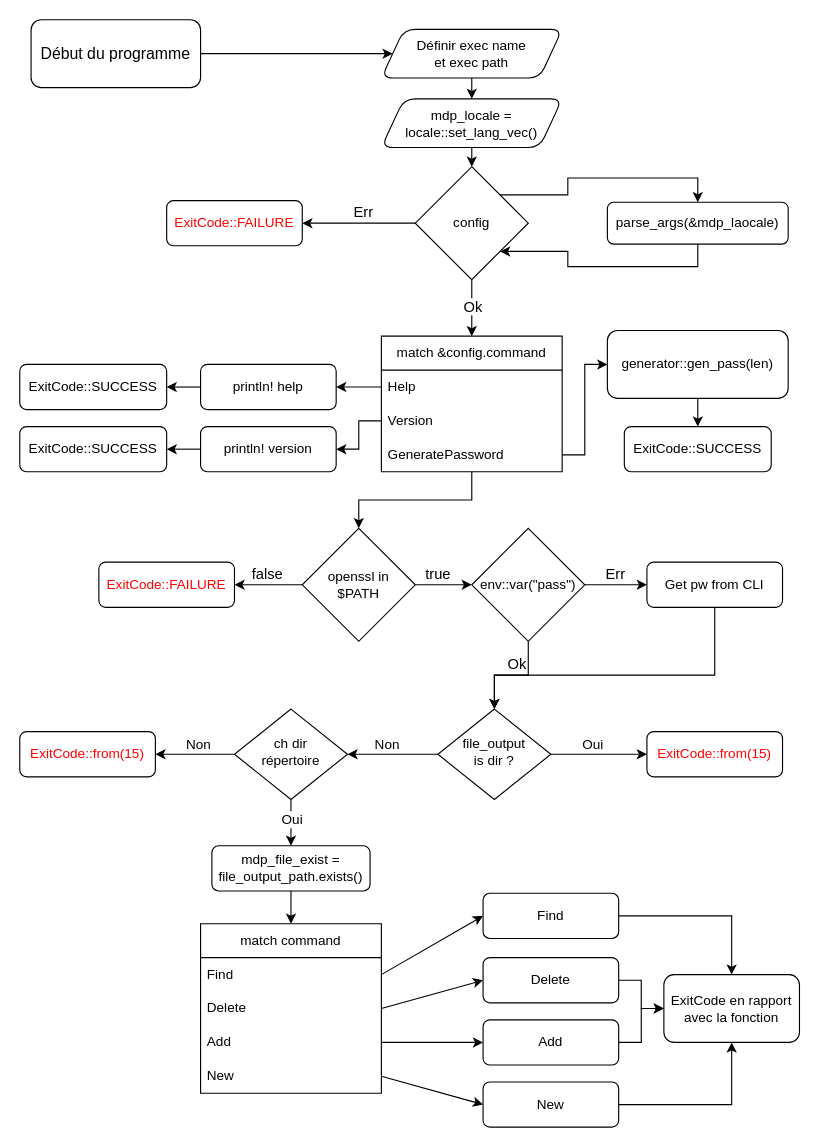
Tourelou/mdp-rust keeps this draw.io diagram as mdp-main.drawio. Above is the earlier version. Source tidied: cells renumbered, new cells numbered last; positions are measured from the earlier drawing's top-left corner, leaving out a move shared by most shapes. Both pictures are drawn from the tidied source at 113%, with x=0, y=0 at pixel (19, 19).
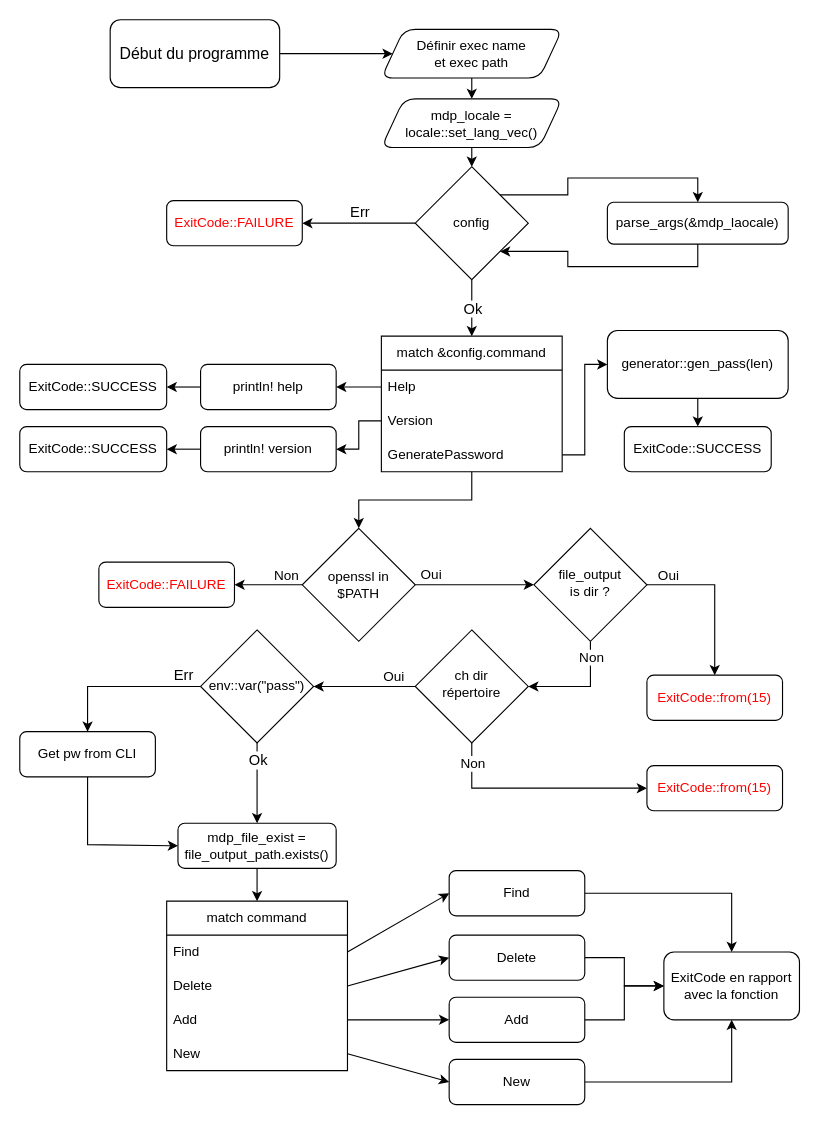
The same page after the edit.

The change refers to these unchanged cells:
```xml
<mxCell id="43" style="edgeStyle=orthogonalEdgeStyle;rounded=0;jettySize=auto;html=1;exitX=0;exitY=0.5;exitDx=0;exitDy=0;entryX=1;entryY=0.5;entryDx=0;entryDy=0;" parent="1" edge="1" source="48" target="49">
  <mxGeometry relative="1" as="geometry" />
</mxCell>
<mxCell id="46" style="edgeStyle=orthogonalEdgeStyle;rounded=0;jettySize=auto;html=1;exitX=0.5;exitY=1;exitDx=0;exitDy=0;entryX=0.5;entryY=0;entryDx=0;entryDy=0;" parent="1" edge="1" source="48" target="51">
  <mxGeometry relative="1" as="geometry" />
</mxCell>
<mxCell id="63" style="edgeStyle=orthogonalEdgeStyle;rounded=0;jettySize=auto;html=1;exitX=0;exitY=0.5;exitDx=0;exitDy=0;entryX=1;entryY=0.5;entryDx=0;entryDy=0;" parent="1" edge="1" source="67" target="68">
  <mxGeometry relative="1" as="geometry" />
</mxCell>
<mxCell id="67" value="openssl in&lt;div&gt;$PATH&lt;/div&gt;" style="rhombus;whiteSpace=wrap;html=1;" parent="1" vertex="1">
  <mxGeometry x="250" y="450" width="100" height="100" as="geometry" />
</mxCell>
```

The edit, as a diff of the source:
```diff
@@
     <mxCell id="3" value="&lt;font style=&quot;font-size: 14px;&quot;&gt;Début du programme&lt;/font&gt;" style="rounded=1;whiteSpace=wrap;html=1;fontSize=12;glass=0;strokeWidth=1;shadow=0;" parent="1" vertex="1">
-      <mxGeometry x="10" width="150" height="60" as="geometry" />
+      <mxGeometry x="80" width="150" height="60" as="geometry" />
     </mxCell>
-    <mxCell id="4" style="edgeStyle=orthogonalEdgeStyle;rounded=0;html=1;jettySize=auto;fontSize=12;endArrow=classic;endFill=1;endSize=6;strokeWidth=1;shadow=0;labelBackgroundColor=none;verticalAlign=middle;" parent="1" edge="1" source="8" target="9">
+    <mxCell id="4" style="edgeStyle=orthogonalEdgeStyle;rounded=0;html=1;jettySize=auto;fontSize=12;endArrow=classic;endFill=1;endSize=6;strokeWidth=1;shadow=0;labelBackgroundColor=none;verticalAlign=middle;exitX=1;exitY=0.5;exitDx=0;exitDy=0;" parent="1" edge="1" source="8" target="9">
       <mxGeometry y="10" relative="1" as="geometry" />
     </mxCell>
     <mxCell id="5" value="&lt;font&gt;Oui&lt;/font&gt;" style="edgeLabel;html=1;align=center;verticalAlign=bottom;fontSize=12;" parent="4" vertex="1">
-      <mxGeometry x="-0.15" y="-1" relative="1" as="geometry">
-        <mxPoint y="-1" as="offset" />
-      </mxGeometry>
+      <mxGeometry x="-0.75" relative="1" as="geometry" />
     </mxCell>
-    <mxCell id="6" style="edgeStyle=orthogonalEdgeStyle;rounded=0;jettySize=auto;html=1;exitX=0;exitY=0.5;exitDx=0;exitDy=0;entryX=1;entryY=0.5;entryDx=0;entryDy=0;" parent="1" edge="1" source="8" target="14">
+    <mxCell id="6" style="edgeStyle=orthogonalEdgeStyle;rounded=0;jettySize=auto;html=1;exitX=0.5;exitY=1;exitDx=0;exitDy=0;entryX=1;entryY=0.5;entryDx=0;entryDy=0;" parent="1" edge="1" source="8" target="14">
       <mxGeometry relative="1" as="geometry" />
     </mxCell>
-    <mxCell id="7" value="&lt;font style=&quot;font-size: 12px;&quot;&gt;Non&lt;/font&gt;" style="edgeLabel;html=1;align=center;verticalAlign=bottom;" parent="6" vertex="1">
-      <mxGeometry x="0.14" relative="1" as="geometry" />
+    <mxCell id="7" value="&lt;font&gt;Non&lt;/font&gt;" style="edgeLabel;html=1;align=center;verticalAlign=bottom;fontSize=12;" parent="6" vertex="1">
+      <mxGeometry x="-1" relative="1" as="geometry">
+        <mxPoint y="23" as="offset" />
+      </mxGeometry>
     </mxCell>
     <mxCell id="8" value="file_output&lt;div&gt;is dir ?&lt;/div&gt;" style="rhombus;whiteSpace=wrap;html=1;shadow=0;fontFamily=Helvetica;fontSize=12;align=center;strokeWidth=1;spacing=6;spacingTop=-4;" parent="1" vertex="1">
-      <mxGeometry x="370" y="610" width="100" height="80" as="geometry" />
+      <mxGeometry x="455" y="450" width="100" height="100" as="geometry" />
     </mxCell>
     <mxCell id="9" value="&lt;font style=&quot;color: rgb(255, 0, 0);&quot;&gt;ExitCode::from(15)&lt;/font&gt;" style="rounded=1;whiteSpace=wrap;html=1;fontSize=12;glass=0;strokeWidth=1;shadow=0;" parent="1" vertex="1">
-      <mxGeometry x="555" y="630" width="120" height="40" as="geometry" />
+      <mxGeometry x="555" y="580" width="120" height="40" as="geometry" />
     </mxCell>
-    <mxCell id="10" style="edgeStyle=orthogonalEdgeStyle;rounded=0;jettySize=auto;html=1;exitX=0;exitY=0.5;exitDx=0;exitDy=0;entryX=1;entryY=0.5;entryDx=0;entryDy=0;verticalAlign=middle;align=center;" parent="1" edge="1" source="14" target="15">
+    <mxCell id="10" style="edgeStyle=orthogonalEdgeStyle;rounded=0;jettySize=auto;html=1;entryX=0;entryY=0.5;entryDx=0;entryDy=0;verticalAlign=middle;align=center;exitX=0.5;exitY=1;exitDx=0;exitDy=0;" parent="1" edge="1" source="14" target="15">
       <mxGeometry relative="1" as="geometry" />
     </mxCell>
     <mxCell id="11" value="Non" style="edgeLabel;html=1;align=center;verticalAlign=bottom;fontSize=12;" parent="10" vertex="1">
-      <mxGeometry x="-0.06" relative="1" as="geometry" />
+      <mxGeometry x="-0.72" relative="1" as="geometry" />
     </mxCell>
-    <mxCell id="12" style="edgeStyle=orthogonalEdgeStyle;rounded=0;jettySize=auto;html=1;exitX=0.5;exitY=1;exitDx=0;exitDy=0;entryX=0.5;entryY=0;entryDx=0;entryDy=0;" parent="1" edge="1" source="14" target="77">
+    <mxCell id="12" style="edgeStyle=orthogonalEdgeStyle;rounded=0;jettySize=auto;html=1;entryX=1;entryY=0.5;entryDx=0;entryDy=0;exitX=0;exitY=0.5;exitDx=0;exitDy=0;" parent="1" edge="1" source="14" target="69">
       <mxGeometry relative="1" as="geometry" />
     </mxCell>
     <mxCell id="13" value="&lt;font&gt;Oui&lt;/font&gt;" style="edgeLabel;html=1;align=center;verticalAlign=middle;fontSize=12;" parent="12" vertex="1">
-      <mxGeometry x="0.15" y="2" relative="1" as="geometry">
-        <mxPoint x="-2" y="-7" as="offset" />
+      <mxGeometry x="-0.56" relative="1" as="geometry">
+        <mxPoint y="-9" as="offset" />
       </mxGeometry>
     </mxCell>
     <mxCell id="14" value="ch dir&lt;div&gt;répertoire&lt;/div&gt;" style="rhombus;whiteSpace=wrap;html=1;shadow=0;fontFamily=Helvetica;fontSize=12;align=center;strokeWidth=1;spacing=6;spacingTop=-4;" parent="1" vertex="1">
-      <mxGeometry x="190" y="610" width="100" height="80" as="geometry" />
+      <mxGeometry x="350" y="540" width="100" height="100" as="geometry" />
     </mxCell>
     <mxCell id="15" value="&lt;span style=&quot;color: rgb(255, 0, 0);&quot;&gt;ExitCode::from(15)&lt;/span&gt;" style="rounded=1;whiteSpace=wrap;html=1;fontSize=12;glass=0;strokeWidth=1;shadow=0;" parent="1" vertex="1">
-      <mxGeometry y="630" width="120" height="40" as="geometry" />
+      <mxGeometry x="555" y="660" width="120" height="40" as="geometry" />
     </mxCell>
@@
     <mxCell id="18" value="match command" style="swimlane;fontStyle=0;horizontal=1;startSize=30;whiteSpace=wrap;html=1;rounded=0;shadow=0;" parent="1" vertex="1">
-      <mxGeometry x="160" y="800" width="160" height="150" as="geometry" />
+      <mxGeometry x="130" y="780" width="160" height="150" as="geometry" />
     </mxCell>
@@
     <mxCell id="24" value="Find" style="rounded=1;whiteSpace=wrap;html=1;" parent="1" vertex="1">
-      <mxGeometry x="410" y="773" width="120" height="40" as="geometry" />
+      <mxGeometry x="380" y="753" width="120" height="40" as="geometry" />
     </mxCell>
@@
     <mxCell id="26" value="Delete" style="rounded=1;whiteSpace=wrap;html=1;" parent="1" vertex="1">
-      <mxGeometry x="410" y="830" width="120" height="40" as="geometry" />
+      <mxGeometry x="380" y="810" width="120" height="40" as="geometry" />
     </mxCell>
@@
     <mxCell id="28" value="Add" style="rounded=1;whiteSpace=wrap;html=1;" parent="1" vertex="1">
-      <mxGeometry x="410" y="885" width="120" height="40" as="geometry" />
+      <mxGeometry x="380" y="865" width="120" height="40" as="geometry" />
     </mxCell>
@@
     <mxCell id="30" value="New" style="rounded=1;whiteSpace=wrap;html=1;" parent="1" vertex="1">
-      <mxGeometry x="410" y="940" width="120" height="40" as="geometry" />
+      <mxGeometry x="380" y="920" width="120" height="40" as="geometry" />
     </mxCell>
@@
     <mxCell id="44" value="&lt;font style=&quot;font-size: 13px;&quot;&gt;Err&lt;/font&gt;" style="edgeLabel;html=1;align=center;verticalAlign=bottom;" parent="43" vertex="1">
-      <mxGeometry x="-0.06" relative="1" as="geometry" />
+      <mxGeometry relative="1" as="geometry" />
     </mxCell>
@@
     <mxCell id="47" value="Ok" style="edgeLabel;html=1;align=center;verticalAlign=middle;fontSize=13;" parent="46" vertex="1">
-      <mxGeometry x="-0.08" relative="1" as="geometry" />
+      <mxGeometry relative="1" as="geometry" />
     </mxCell>
@@
-    <mxCell id="64" value="&lt;font style=&quot;font-size: 13px;&quot;&gt;false&lt;/font&gt;" style="edgeLabel;html=1;align=center;verticalAlign=bottom;fontSize=15;" parent="63" vertex="1">
-      <mxGeometry x="0.06" y="1" relative="1" as="geometry">
-        <mxPoint y="-1" as="offset" />
-      </mxGeometry>
+    <mxCell id="64" value="&lt;font&gt;Non&lt;/font&gt;" style="edgeLabel;html=1;align=center;verticalAlign=bottom;fontSize=12;" parent="63" vertex="1">
+      <mxGeometry x="-0.5" relative="1" as="geometry" />
     </mxCell>
-    <mxCell id="65" style="edgeStyle=orthogonalEdgeStyle;rounded=0;jettySize=auto;html=1;exitX=1;exitY=0.5;exitDx=0;exitDy=0;entryX=0;entryY=0.5;entryDx=0;entryDy=0;" parent="1" edge="1" source="67" target="69">
-      <mxGeometry relative="1" as="geometry" />
-    </mxCell>
-    <mxCell id="66" value="&lt;font style=&quot;font-size: 13px;&quot;&gt;true&lt;/font&gt;" style="edgeLabel;html=1;align=center;verticalAlign=bottom;" parent="65" vertex="1">
-      <mxGeometry x="-0.24" y="1" relative="1" as="geometry">
-        <mxPoint y="1" as="offset" />
-      </mxGeometry>
-    </mxCell>
+    <mxCell id="79" style="edgeStyle=orthogonalEdgeStyle;rounded=0;jettySize=auto;html=1;exitX=1;exitY=0.5;exitDx=0;exitDy=0;entryX=0;entryY=0.5;entryDx=0;entryDy=0;verticalAlign=top;" parent="1" edge="1" source="67" target="8">
+      <mxGeometry relative="1" as="geometry" />
+    </mxCell>
+    <mxCell id="80" value="Oui" style="edgeLabel;html=1;align=center;verticalAlign=bottom;fontSize=12;spacingTop=0;spacingBottom=1;" parent="79" vertex="1">
+      <mxGeometry x="-0.75" relative="1" as="geometry" />
+    </mxCell>
@@
     <mxCell id="69" value="env::var(&quot;pass&quot;)" style="rhombus;whiteSpace=wrap;html=1;" parent="1" vertex="1">
-      <mxGeometry x="400" y="450" width="100" height="100" as="geometry" />
+      <mxGeometry x="160" y="540" width="100" height="100" as="geometry" />
     </mxCell>
-    <mxCell id="70" style="edgeStyle=orthogonalEdgeStyle;rounded=0;jettySize=auto;html=1;exitX=0.5;exitY=1;exitDx=0;exitDy=0;entryX=0.5;entryY=0;entryDx=0;entryDy=0;" parent="1" edge="1" source="71" target="8">
-      <mxGeometry relative="1" as="geometry">
-        <Array as="points">
-          <mxPoint x="615" y="580" />
-          <mxPoint x="420" y="580" />
-        </Array>
-      </mxGeometry>
-    </mxCell>
     <mxCell id="71" value="Get pw from CLI" style="rounded=1;whiteSpace=wrap;html=1;" parent="1" vertex="1">
-      <mxGeometry x="555" y="480" width="120" height="40" as="geometry" />
+      <mxGeometry y="630" width="120" height="40" as="geometry" />
     </mxCell>
-    <mxCell id="72" style="edgeStyle=orthogonalEdgeStyle;rounded=0;jettySize=auto;html=1;exitX=0.5;exitY=1;exitDx=0;exitDy=0;entryX=0.5;entryY=0;entryDx=0;entryDy=0;" parent="1" edge="1" source="69" target="8">
+    <mxCell id="72" style="edgeStyle=orthogonalEdgeStyle;rounded=0;jettySize=auto;html=1;exitX=0.5;exitY=1;exitDx=0;exitDy=0;entryX=0.5;entryY=0;entryDx=0;entryDy=0;" parent="1" edge="1" source="69" target="77">
       <mxGeometry relative="1" as="geometry" />
     </mxCell>
     <mxCell id="73" value="Ok" style="edgeLabel;html=1;align=center;verticalAlign=bottom;fontSize=13;" parent="72" vertex="1">
-      <mxGeometry x="-0.08" relative="1" as="geometry" />
+      <mxGeometry x="-0.3" relative="1" as="geometry" />
     </mxCell>
-    <mxCell id="74" style="edgeStyle=orthogonalEdgeStyle;rounded=0;jettySize=auto;html=1;entryX=0;entryY=0.5;entryDx=0;entryDy=0;exitX=1;exitY=0.5;exitDx=0;exitDy=0;" parent="1" edge="1" source="69" target="71">
+    <mxCell id="74" style="edgeStyle=orthogonalEdgeStyle;rounded=0;jettySize=auto;html=1;entryX=0.5;entryY=0;entryDx=0;entryDy=0;exitX=0;exitY=0.5;exitDx=0;exitDy=0;" parent="1" edge="1" source="69" target="71">
       <mxGeometry relative="1" as="geometry" />
     </mxCell>
     <mxCell id="75" value="&lt;font style=&quot;font-size: 13px;&quot;&gt;Err&lt;/font&gt;" style="edgeLabel;html=1;align=center;verticalAlign=bottom;" parent="74" vertex="1">
-      <mxGeometry x="-0.06" relative="1" as="geometry" />
+      <mxGeometry x="-0.77" relative="1" as="geometry" />
     </mxCell>
@@
     <mxCell id="77" value="mdp_file_exist = file_output_path.exists()" style="rounded=1;whiteSpace=wrap;html=1;" parent="1" vertex="1">
-      <mxGeometry x="170" y="731" width="140" height="40" as="geometry" />
+      <mxGeometry x="140" y="711" width="140" height="40" as="geometry" />
     </mxCell>
     <mxCell id="78" value="ExitCode en rapport avec la fonction" style="rounded=1;whiteSpace=wrap;html=1;" parent="1" vertex="1">
-      <mxGeometry x="570" y="845" width="120" height="60" as="geometry" />
+      <mxGeometry x="570" y="825" width="120" height="60" as="geometry" />
     </mxCell>
+    <mxCell id="81" style="endArrow=classic;html=1;rounded=0;entryX=0;entryY=0.5;entryDx=0;entryDy=0;exitX=0.5;exitY=1;exitDx=0;exitDy=0;" parent="1" edge="1" source="71" target="77">
+      <mxGeometry relative="1" as="geometry">
+        <Array as="points">
+          <mxPoint x="60" y="730" />
+        </Array>
+      </mxGeometry>
+    </mxCell>
```
